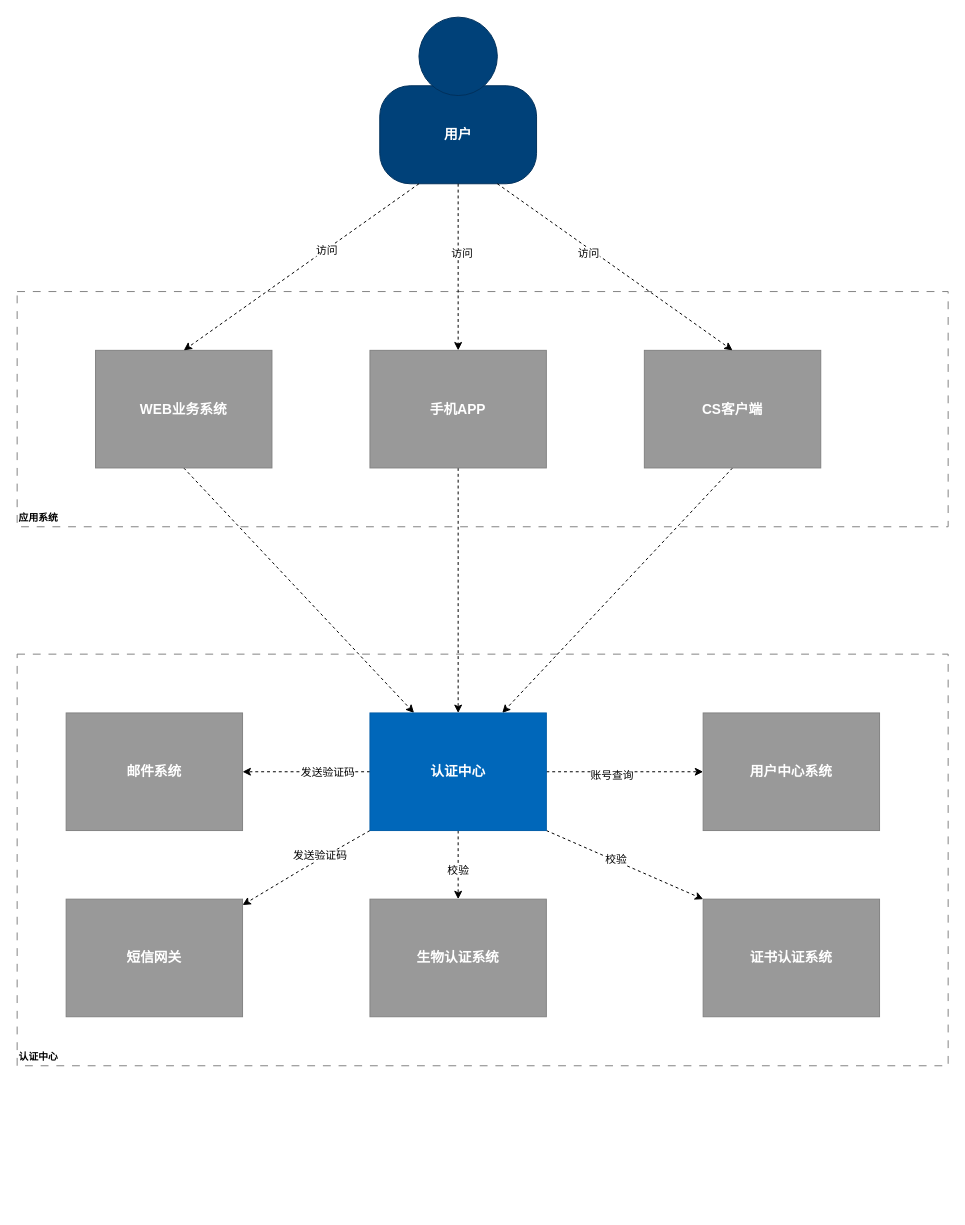
onlinehack/drawionlinehack keeps this draw.io diagram as 未命名绘图.drawio. Above is the earlier version. Source tidied: cells renumbered, new cells numbered last; positions are measured from the earlier drawing's top-left corner, leaving out a move shared by most shapes. Both pictures are drawn from the tidied source at 98%, with x=0, y=0 at pixel (17, 17).
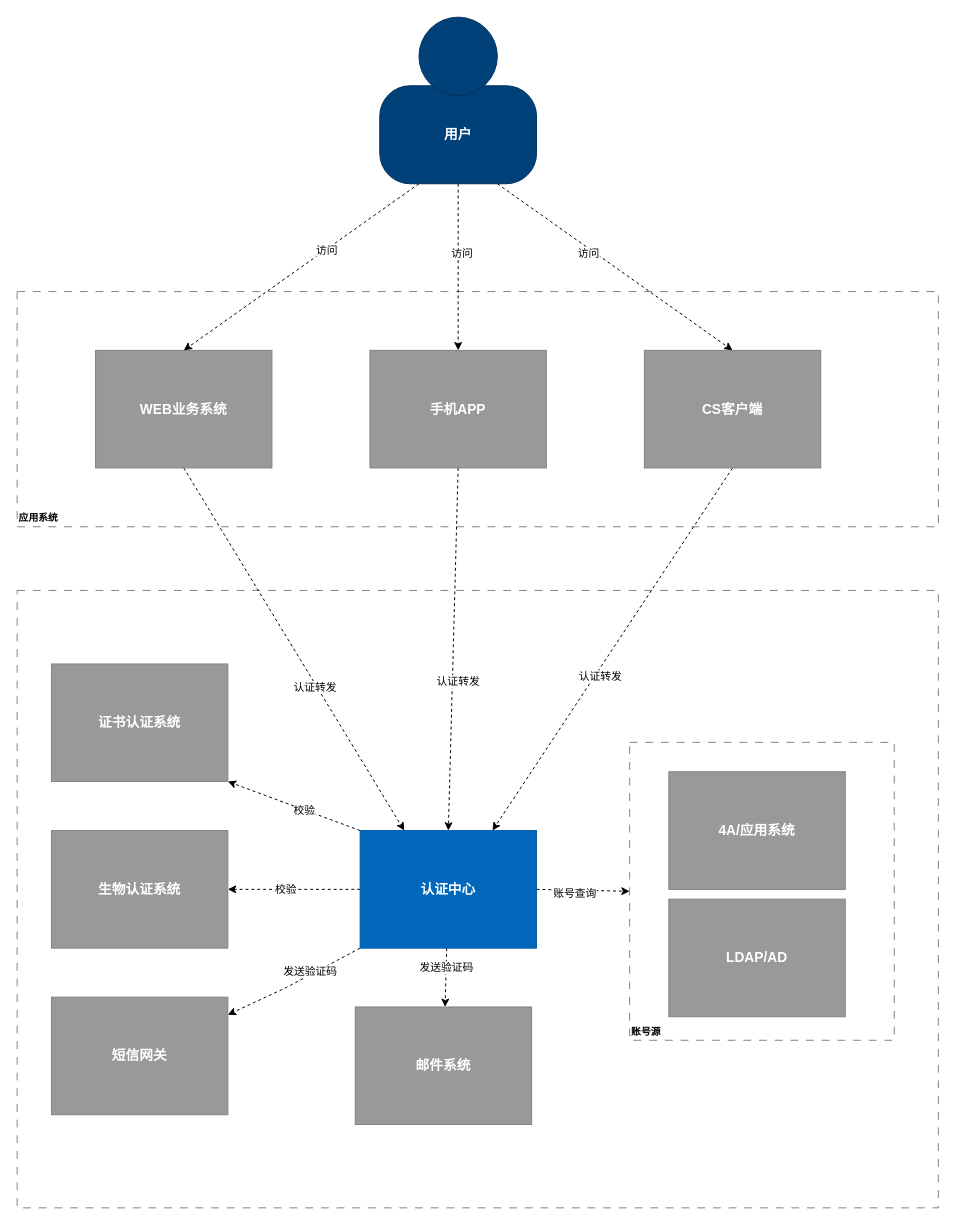
Above is the later version.

Commit message:
更新未命名绘图.drawio

Unchanged cells that the change refers to:
```xml
<mxCell id="7" style="edgeStyle=none;rounded=0;jettySize=auto;html=1;exitX=0.5;exitY=1;exitDx=0;exitDy=0;entryX=0.5;entryY=0;entryDx=0;entryDy=0;dashed=1;" parent="1" edge="1" source="8" target="23">
  <mxGeometry relative="1" as="geometry" />
</mxCell>
<mxCell id="9" style="edgeStyle=none;rounded=0;jettySize=auto;html=1;exitX=0.5;exitY=1;exitDx=0;exitDy=0;dashed=1;entryX=0.75;entryY=0;entryDx=0;entryDy=0;" parent="1" edge="1" source="10" target="23">
  <mxGeometry relative="1" as="geometry" />
</mxCell>
<mxCell id="11" style="rounded=0;jettySize=auto;html=1;exitX=0.5;exitY=1;exitDx=0;exitDy=0;dashed=1;entryX=0.25;entryY=0;entryDx=0;entryDy=0;" parent="1" edge="1" source="12" target="23">
  <mxGeometry relative="1" as="geometry" />
</mxCell>
```

Change to the diagram source:
```diff
@@
-    <mxCell id="2" value="&lt;b&gt;认证中心&lt;/b&gt;" style="rounded=0;whiteSpace=wrap;html=1;strokeColor=#828282;fillColor=none;fontColor=#000000;align=left;labelPosition=center;verticalLabelPosition=middle;verticalAlign=bottom;dashed=1;strokeWidth=1;perimeterSpacing=0;spacing=2;spacingTop=0;fontSize=10;dashPattern=8 8;" parent="1" vertex="1">
-      <mxGeometry y="650" width="950" height="420" as="geometry" />
+    <mxCell id="2" style="rounded=0;whiteSpace=wrap;html=1;strokeColor=#828282;fillColor=none;fontColor=#000000;align=left;labelPosition=center;verticalLabelPosition=middle;verticalAlign=bottom;dashed=1;strokeWidth=1;perimeterSpacing=0;spacing=2;spacingTop=0;fontSize=10;dashPattern=8 8;" parent="1" vertex="1">
+      <mxGeometry y="585" width="940" height="630" as="geometry" />
     </mxCell>
+    <mxCell id="35" value="&lt;b&gt;账号源&lt;/b&gt;" style="rounded=0;whiteSpace=wrap;html=1;strokeColor=#828282;fillColor=none;fontColor=#000000;align=left;labelPosition=center;verticalLabelPosition=middle;verticalAlign=bottom;dashed=1;strokeWidth=1;perimeterSpacing=0;spacing=2;spacingTop=0;fontSize=10;dashPattern=8 8;" parent="1" vertex="1">
+      <mxGeometry x="625" y="740" width="270" height="304" as="geometry" />
+    </mxCell>
     <mxCell id="3" value="&lt;b&gt;应用系统&lt;/b&gt;" style="rounded=0;whiteSpace=wrap;html=1;strokeColor=#828282;fillColor=none;fontColor=#000000;align=left;labelPosition=center;verticalLabelPosition=middle;verticalAlign=bottom;dashed=1;strokeWidth=1;perimeterSpacing=0;spacing=2;spacingTop=0;fontSize=10;dashPattern=8 8;" parent="1" vertex="1">
-      <mxGeometry y="280" width="950" height="240" as="geometry" />
+      <mxGeometry y="280" width="940" height="240" as="geometry" />
     </mxCell>
@@
+    <mxCell id="36" value="认证转发" style="edgeLabel;html=1;align=center;verticalAlign=middle;" parent="7" vertex="1">
+      <mxGeometry x="0.17" y="5" relative="1" as="geometry" />
+    </mxCell>
@@
+    <mxCell id="37" value="认证转发" style="edgeLabel;html=1;align=center;verticalAlign=middle;" parent="9" vertex="1">
+      <mxGeometry x="0.13" y="4" relative="1" as="geometry">
+        <mxPoint y="1" as="offset" />
+      </mxGeometry>
+    </mxCell>
@@
+    <mxCell id="38" value="认证转发" style="edgeLabel;html=1;align=center;verticalAlign=middle;" parent="11" vertex="1">
+      <mxGeometry x="0.2" y="-2" relative="1" as="geometry" />
+    </mxCell>
@@
-    <mxCell id="15" style="edgeStyle=none;rounded=0;jettySize=auto;html=1;exitX=1;exitY=0.5;exitDx=0;exitDy=0;dashed=1;comic=0;" parent="1" edge="1" source="23" target="24">
+    <mxCell id="15" style="edgeStyle=none;rounded=0;jettySize=auto;html=1;exitX=1;exitY=0.5;exitDx=0;exitDy=0;dashed=1;comic=0;entryX=0;entryY=0.5;entryDx=0;entryDy=0;" parent="1" edge="1" source="23" target="35">
       <mxGeometry relative="1" as="geometry" />
     </mxCell>
@@
-    <mxCell id="17" style="edgeStyle=none;rounded=0;jettySize=auto;html=1;exitX=0.5;exitY=1;exitDx=0;exitDy=0;dashed=1;endArrow=classic;endFill=1;" parent="1" edge="1" source="23" target="27">
+    <mxCell id="17" style="edgeStyle=none;rounded=0;jettySize=auto;html=1;exitX=0;exitY=0.5;exitDx=0;exitDy=0;dashed=1;endArrow=classic;endFill=1;" parent="1" edge="1" source="23" target="27">
       <mxGeometry relative="1" as="geometry" />
     </mxCell>
@@
     <mxCell id="19" style="edgeStyle=none;rounded=0;jettySize=auto;html=1;exitX=0;exitY=1;exitDx=0;exitDy=0;dashed=1;" parent="1" edge="1" source="23" target="26">
       <mxGeometry relative="1" as="geometry">
         <Array as="points">
-          <mxPoint x="290" y="870" />
+          <mxPoint x="275" y="990" />
         </Array>
       </mxGeometry>
     </mxCell>
@@
-    <mxCell id="21" style="rounded=0;comic=0;jettySize=auto;html=1;exitX=1;exitY=1;exitDx=0;exitDy=0;entryX=0;entryY=0;entryDx=0;entryDy=0;dashed=1;endArrow=classic;endFill=1;" parent="1" edge="1" source="23" target="34">
+    <mxCell id="21" style="rounded=0;comic=0;jettySize=auto;html=1;exitX=0;exitY=0;exitDx=0;exitDy=0;dashed=1;endArrow=classic;endFill=1;entryX=1;entryY=1;entryDx=0;entryDy=0;" parent="1" edge="1" source="23" target="34">
       <mxGeometry relative="1" as="geometry" />
     </mxCell>
@@
     <mxCell id="23" value="&lt;div&gt;&lt;span style=&quot;font-size: 14px&quot;&gt;&lt;b&gt;认证中心&lt;/b&gt;&lt;/span&gt;&lt;/div&gt;" style="rounded=0;whiteSpace=wrap;html=1;fillColor=#0067BA;fontColor=#FFFFFF;strokeColor=#005DA8;" parent="1" vertex="1">
-      <mxGeometry x="360" y="710" width="180" height="120" as="geometry" />
+      <mxGeometry x="350" y="830" width="180" height="120" as="geometry" />
     </mxCell>
-    <mxCell id="24" value="&lt;span style=&quot;font-size: 14px&quot;&gt;&lt;b&gt;用户中心系统&lt;/b&gt;&lt;/span&gt;" style="rounded=0;whiteSpace=wrap;html=1;fillColor=#999999;fontColor=#FFFFFF;strokeColor=#828282;" parent="1" vertex="1">
-      <mxGeometry x="700" y="710" width="180" height="120" as="geometry" />
+    <mxCell id="24" value="&lt;span style=&quot;font-size: 14px&quot;&gt;&lt;b&gt;4A/应用系统&lt;/b&gt;&lt;/span&gt;" style="rounded=0;whiteSpace=wrap;html=1;fillColor=#999999;fontColor=#FFFFFF;strokeColor=#828282;" parent="1" vertex="1">
+      <mxGeometry x="665" y="770" width="180" height="120" as="geometry" />
     </mxCell>
     <mxCell id="25" value="&lt;span style=&quot;font-size: 14px&quot;&gt;&lt;b&gt;邮件系统&lt;/b&gt;&lt;/span&gt;" style="rounded=0;whiteSpace=wrap;html=1;fillColor=#999999;fontColor=#FFFFFF;strokeColor=#828282;" parent="1" vertex="1">
-      <mxGeometry x="50" y="710" width="180" height="120" as="geometry" />
+      <mxGeometry x="345" y="1010" width="180" height="120" as="geometry" />
     </mxCell>
     <mxCell id="26" value="&lt;span style=&quot;font-size: 14px&quot;&gt;&lt;b&gt;短信网关&lt;/b&gt;&lt;/span&gt;" style="rounded=0;whiteSpace=wrap;html=1;fillColor=#999999;fontColor=#FFFFFF;strokeColor=#828282;" parent="1" vertex="1">
-      <mxGeometry x="50" y="900" width="180" height="120" as="geometry" />
+      <mxGeometry x="35" y="1000" width="180" height="120" as="geometry" />
     </mxCell>
     <mxCell id="27" value="&lt;span style=&quot;font-size: 14px&quot;&gt;&lt;b&gt;生物认证系统&lt;/b&gt;&lt;/span&gt;" style="rounded=0;whiteSpace=wrap;html=1;fillColor=#999999;fontColor=#FFFFFF;strokeColor=#828282;" parent="1" vertex="1">
-      <mxGeometry x="360" y="900" width="180" height="120" as="geometry" />
+      <mxGeometry x="35" y="830" width="180" height="120" as="geometry" />
     </mxCell>
@@
     <mxCell id="34" value="&lt;span style=&quot;font-size: 14px&quot;&gt;&lt;b&gt;证书认证系统&lt;/b&gt;&lt;/span&gt;" style="rounded=0;whiteSpace=wrap;html=1;fillColor=#999999;fontColor=#FFFFFF;strokeColor=#828282;" parent="1" vertex="1">
-      <mxGeometry x="700" y="900" width="180" height="120" as="geometry" />
+      <mxGeometry x="35" y="660" width="180" height="120" as="geometry" />
     </mxCell>
+    <mxCell id="39" value="&lt;span style=&quot;font-size: 14px&quot;&gt;&lt;b&gt;LDAP/AD&lt;/b&gt;&lt;/span&gt;" style="rounded=0;whiteSpace=wrap;html=1;fillColor=#999999;fontColor=#FFFFFF;strokeColor=#828282;" parent="1" vertex="1">
+      <mxGeometry x="665" y="900" width="180" height="120" as="geometry" />
+    </mxCell>
```
